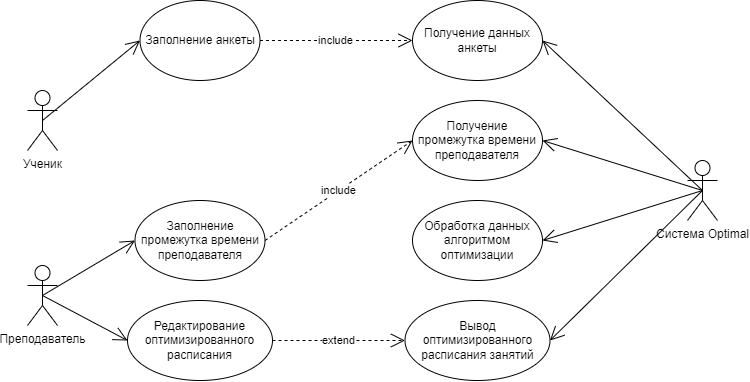
The draw.io diagram Use_Case.png in watashinonericell/myrepos, before a commit. Source tidied: cells renumbered, new cells last; positions are measured from the earlier drawing's top-left corner, leaving out a move shared by most shapes.
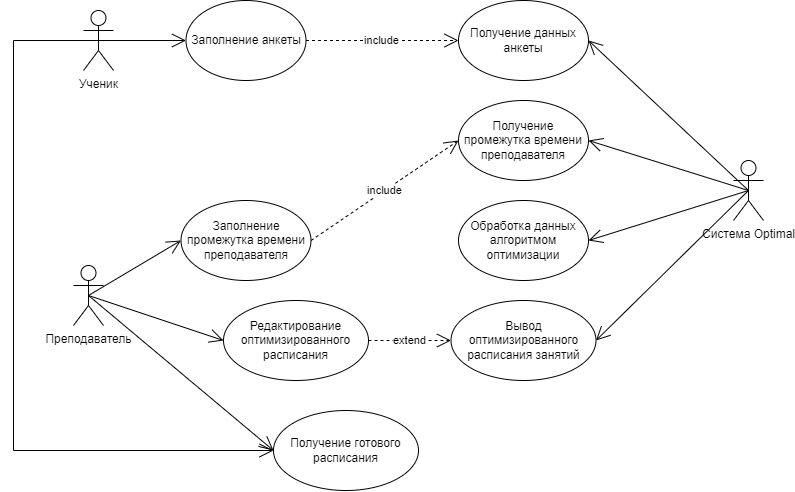
The same diagram one commit later.

The edit, as a diff of the source:
```diff
@@ -6,7 +6,7 @@
       <mxGeometry x="112.5" width="120" height="80" as="geometry" />
     </mxCell>
     <mxCell id="3" value="Ученик&lt;br&gt;" style="shape=umlActor;verticalLabelPosition=bottom;verticalAlign=top;html=1;" parent="1" vertex="1">
-      <mxGeometry y="90" width="30" height="60" as="geometry" />
+      <mxGeometry x="10" y="10" width="30" height="60" as="geometry" />
     </mxCell>
     <mxCell id="4" style="endArrow=open;endFill=1;endSize=12;html=1;rounded=0;entryX=0;entryY=0.5;entryDx=0;entryDy=0;exitX=0.5;exitY=0.5;exitDx=0;exitDy=0;exitPerimeter=0;" parent="1" edge="1" source="3" target="2">
       <mxGeometry relative="1" as="geometry" />
@@ -57,10 +57,24 @@
       <mxGeometry relative="1" as="geometry" />
     </mxCell>
     <mxCell id="20" value="Редактирование оптимизированного расписания" style="ellipse;whiteSpace=wrap;html=1;" parent="1" vertex="1">
-      <mxGeometry x="100" y="300" width="145" height="80" as="geometry" />
+      <mxGeometry x="150" y="300" width="145" height="80" as="geometry" />
     </mxCell>
     <mxCell id="21" value="extend" style="endArrow=open;endSize=12;dashed=1;html=1;rounded=0;exitX=1;exitY=0.5;exitDx=0;exitDy=0;entryX=0;entryY=0.5;entryDx=0;entryDy=0;" parent="1" edge="1" source="20" target="11">
       <mxGeometry relative="1" as="geometry" />
     </mxCell>
+    <mxCell id="22" value="Получение готового расписания" style="ellipse;whiteSpace=wrap;html=1;" parent="1" vertex="1">
+      <mxGeometry x="200" y="410" width="145" height="80" as="geometry" />
+    </mxCell>
+    <mxCell id="23" style="endArrow=open;endFill=1;endSize=12;html=1;rounded=0;exitX=0.5;exitY=0.5;exitDx=0;exitDy=0;exitPerimeter=0;entryX=0;entryY=0.5;entryDx=0;entryDy=0;" parent="1" edge="1" source="5" target="22">
+      <mxGeometry relative="1" as="geometry" />
+    </mxCell>
+    <mxCell id="24" style="endArrow=open;endFill=1;endSize=12;html=1;rounded=0;exitX=0.5;exitY=0.5;exitDx=0;exitDy=0;exitPerimeter=0;entryX=0;entryY=0.5;entryDx=0;entryDy=0;" parent="1" edge="1" source="3" target="22">
+      <mxGeometry relative="1" as="geometry">
+        <Array as="points">
+          <mxPoint x="-60" y="40" />
+          <mxPoint x="-60" y="450" />
+        </Array>
+      </mxGeometry>
+    </mxCell>
   </root>
 </mxGraphModel>
```
